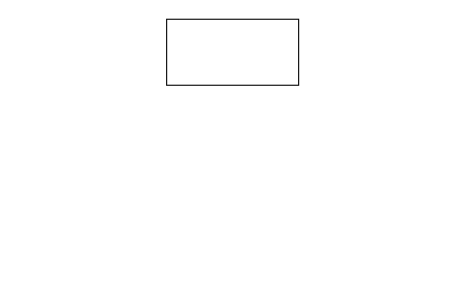
Above: microservices-architecture.drawio in lamxuanthinh/DRAW.IO (draw.io), before the change. Source tidied: cells renumbered, new cells numbered last; positions are measured from the earlier drawing's top-left corner, leaving out a move shared by most shapes. Both pictures are drawn from the tidied source at 110%, with x=0, y=0 at pixel (166, 19).
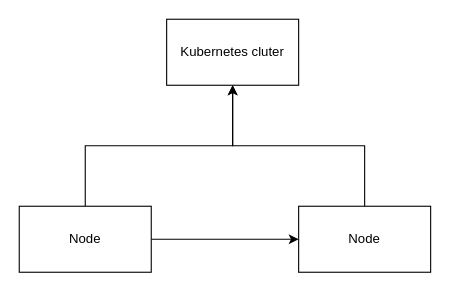
Above is the later version.

The edit, as a diff of the source:
```diff
@@
 <mxGraphModel>
   <root>
     <mxCell id="0" />
     <mxCell id="1" parent="0" />
-    <mxCell id="2" style="rounded=0;whiteSpace=wrap;html=1;" parent="1" vertex="1">
+    <mxCell id="2" value="Kubernetes cluter" style="rounded=0;whiteSpace=wrap;html=1;" parent="1" vertex="1">
       <mxGeometry width="120" height="60" as="geometry" />
     </mxCell>
+    <mxCell id="3" style="edgeStyle=orthogonalEdgeStyle;rounded=0;jettySize=auto;html=1;exitX=0.5;exitY=0;exitDx=0;exitDy=0;entryX=0.5;entryY=1;entryDx=0;entryDy=0;" parent="1" edge="1" source="5" target="2">
+      <mxGeometry relative="1" as="geometry" />
+    </mxCell>
+    <mxCell id="4" style="edgeStyle=orthogonalEdgeStyle;rounded=0;jettySize=auto;html=1;entryX=0;entryY=0.5;entryDx=0;entryDy=0;" parent="1" edge="1" source="5" target="7">
+      <mxGeometry relative="1" as="geometry" />
+    </mxCell>
+    <mxCell id="5" value="Node" style="rounded=0;whiteSpace=wrap;html=1;" parent="1" vertex="1">
+      <mxGeometry x="-134" y="170" width="120" height="60" as="geometry" />
+    </mxCell>
+    <mxCell id="6" style="edgeStyle=orthogonalEdgeStyle;rounded=0;jettySize=auto;html=1;exitX=0.5;exitY=0;exitDx=0;exitDy=0;entryX=0.5;entryY=1;entryDx=0;entryDy=0;" parent="1" edge="1" source="7" target="2">
+      <mxGeometry relative="1" as="geometry" />
+    </mxCell>
+    <mxCell id="7" value="Node" style="rounded=0;whiteSpace=wrap;html=1;" parent="1" vertex="1">
+      <mxGeometry x="120" y="170" width="120" height="60" as="geometry" />
+    </mxCell>
   </root>
 </mxGraphModel>
```
